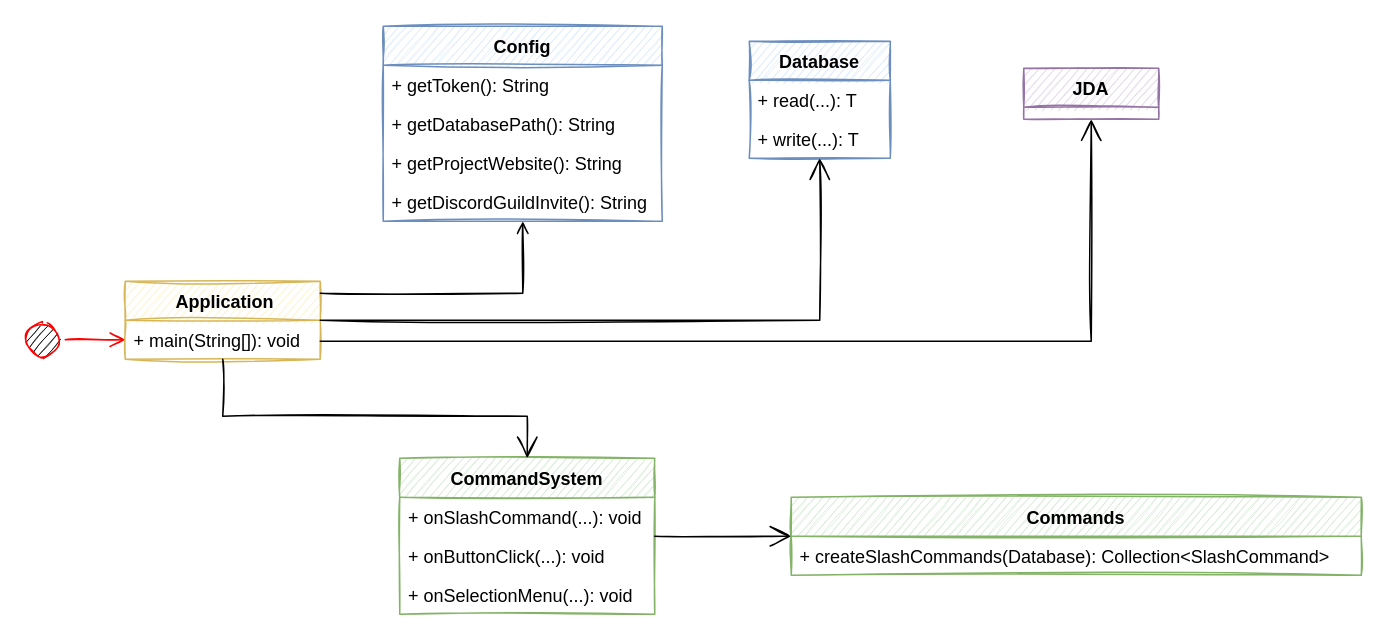
Earlier version of the draw.io diagram meta/TJ-Bot High Level Application Flow.drawio.xml (Together-Java/TJ-Bot). Source tidied: cells renumbered, new cells numbered last; positions are measured from the earlier drawing's top-left corner, leaving out a move shared by most shapes. Both pictures are drawn from the tidied source at 150%, with x=0, y=0 at pixel (20, 26). Pictures stored in the file or linked from it are replaced by grey dashed boxes.
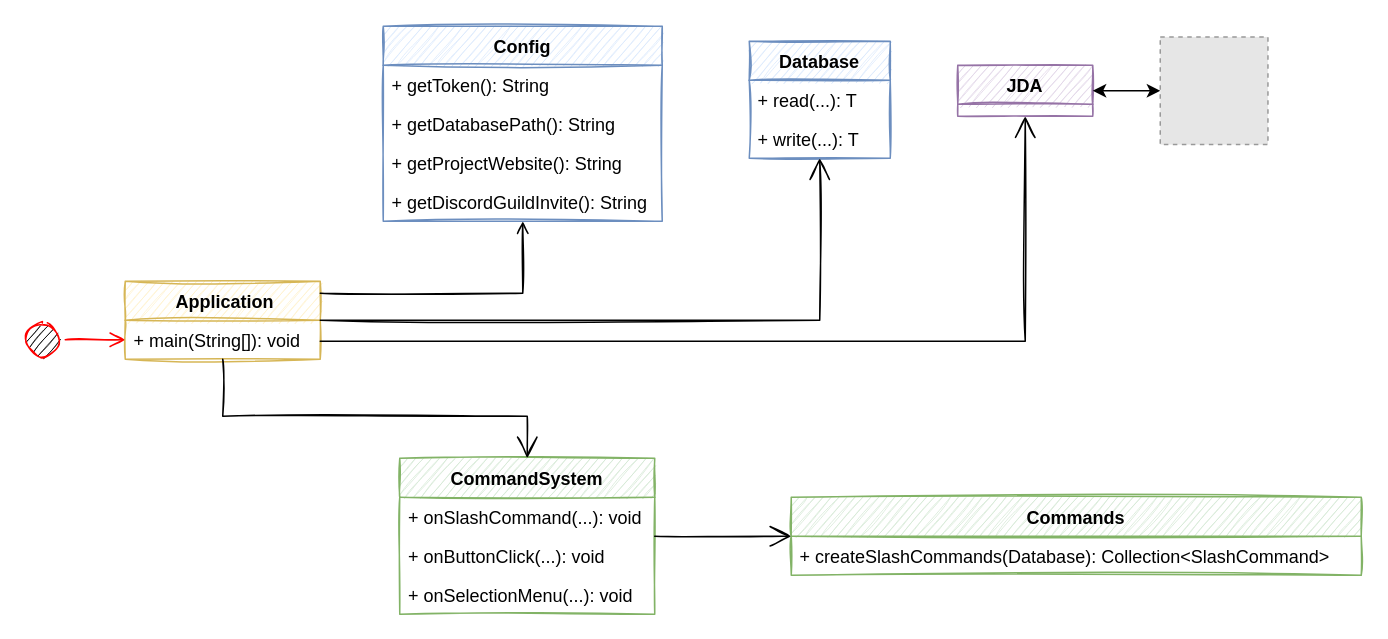
Above is the later version.

Unchanged cells that the change refers to:
```xml
<mxCell id="2" value=" Application" style="swimlane;fontStyle=1;align=center;verticalAlign=top;horizontal=1;startSize=26;fillColor=#fff2cc;strokeColor=#d6b656;sketch=1;" parent="1" vertex="1">
  <mxGeometry x="70" y="170" width="130" height="52" as="geometry" />
</mxCell>
```

What changed in the source:
```diff
@@
     <mxCell id="18" value="JDA" style="swimlane;fontStyle=1;align=center;verticalAlign=top;horizontal=1;startSize=26;fillColor=#e1d5e7;strokeColor=#9673a6;sketch=1;" parent="1" vertex="1">
-      <mxGeometry x="669" y="28" width="90" height="34" as="geometry" />
+      <mxGeometry x="625" y="26" width="90" height="34" as="geometry" />
     </mxCell>
@@
     <mxCell id="23" style="endArrow=open;endFill=1;endSize=12;html=1;rounded=0;shadow=0;labelBorderColor=none;sketch=1;disableMultiStrokeFill=0;sketchStyle=rough;strokeColor=default;strokeWidth=1;fillColor=default;gradientColor=none;edgeStyle=orthogonalEdgeStyle;" parent="1" edge="1" source="2" target="18">
       <mxGeometry relative="1" as="geometry">
         <Array as="points">
-          <mxPoint x="714" y="210" />
+          <mxPoint x="670" y="210" />
         </Array>
       </mxGeometry>
     </mxCell>
@@
+    <mxCell id="26" style="edgeStyle=orthogonalEdgeStyle;rounded=0;jettySize=auto;html=1;startArrow=classic;startFill=1;" parent="1" edge="1" source="27" target="18">
+      <mxGeometry relative="1" as="geometry" />
+    </mxCell>
+    <mxCell id="27" style="fillColor=#E6E6E6;strokeColor=#999999;dashed=1;html=1;verticalAlign=top;verticalLabelPosition=bottom;labelBackgroundColor=#ffffff;" parent="1" vertex="1">
+      <mxGeometry x="760" y="7.1" width="71.8" height="71.8" as="geometry" />
+    </mxCell>
```
